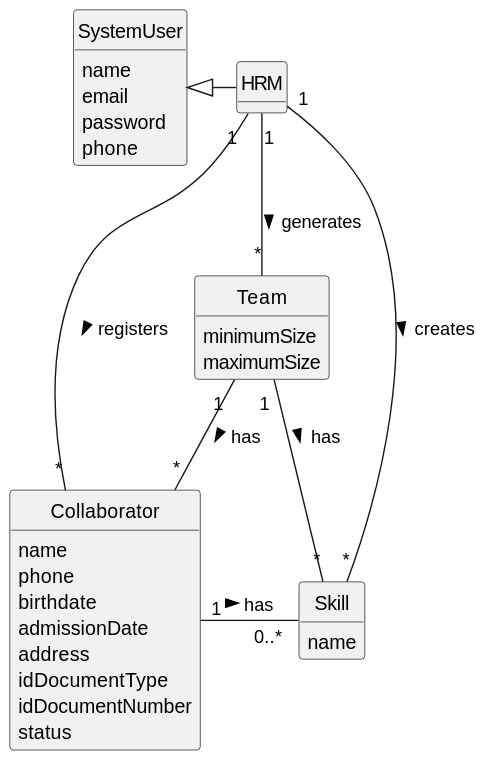
The PlantUML diagram docs/sprintC/us005/02.analysis/svg/us005-domain-model.svg in Departamento-de-Engenharia-Informatica/lei-24-s2-1do-g164, before a commit.
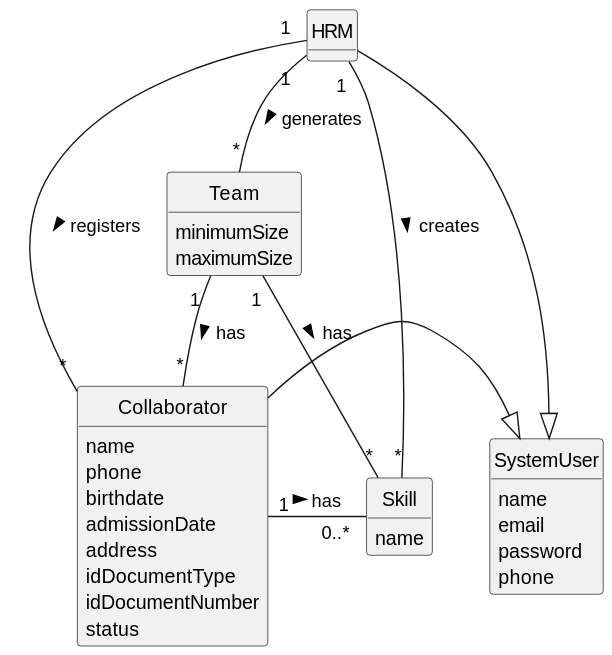
Above is the later version.

Diff of the diagram source:
```diff
@@ -51,4 +51,5 @@
 HRM "1 " -- "*" Skill : creates >
 Collaborator "1 " - "0..* " Skill : has >
 SystemUser <|- HRM
+Collaborator -|> SystemUser
 @enduml
```
